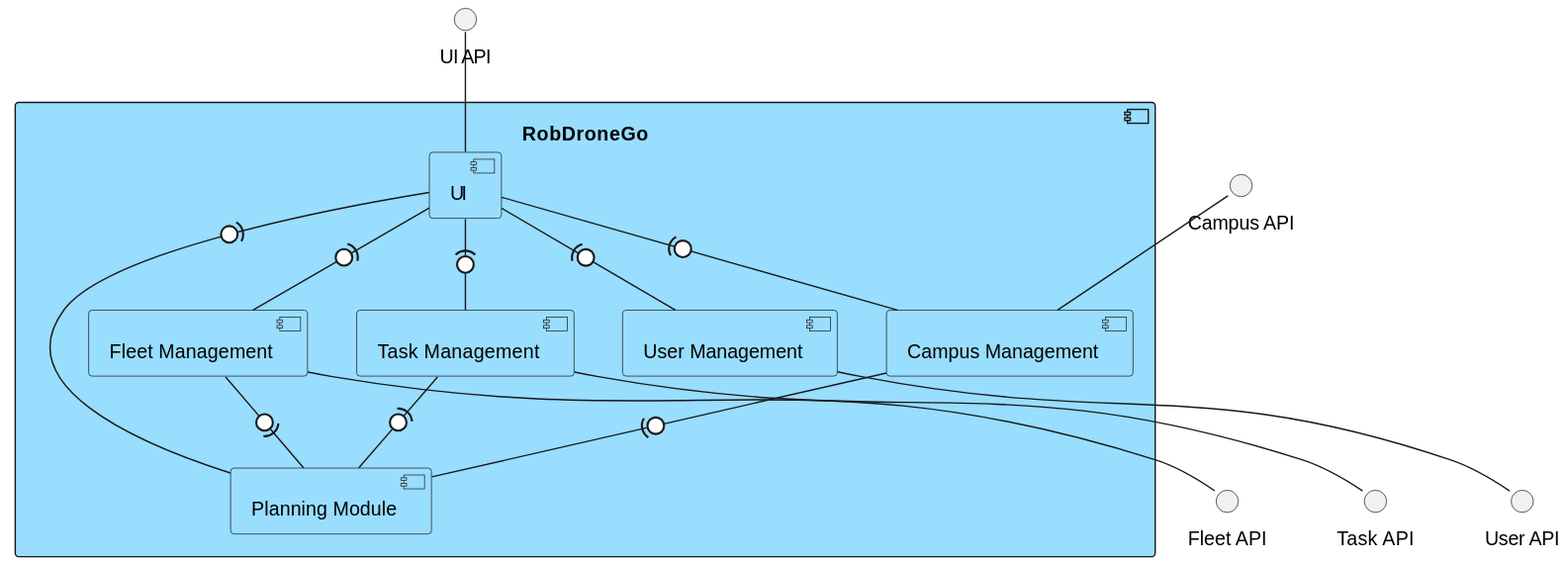
Above: docs/Sprint_C_diagrams/Logical_View_Lv2.svg in winqus/RobDroneGo (PlantUML), before the change. The source it was exported from:
```plantuml
@startuml Logical_View_Lv2

<style>
component {
    BackgroundColor #99ddff
}
</style>

interface "Campus API" as campus_API
interface "Fleet API" as fleet_API
interface "Task API" as task_API
interface "User API" as user_API
interface "UI API" as UI_API

component RobDroneGo {
    component "Campus Management" as campus
    component "Fleet Management" as fleet
    component "Task Management" as task
    component "Planning Module" as planning


    campus -0)- planning
    fleet -0)- planning
    task -(0- planning

    component "User Management" as user
    component UI

    UI -(0- campus
    UI -(0- fleet
    UI -(0- task
    UI -(0- planning
    UI -(0- user

}
fleet -down- fleet_API
campus -up- campus_API
task -down- task_API
user -down- user_API
UI -up- UI_API

@enduml
```
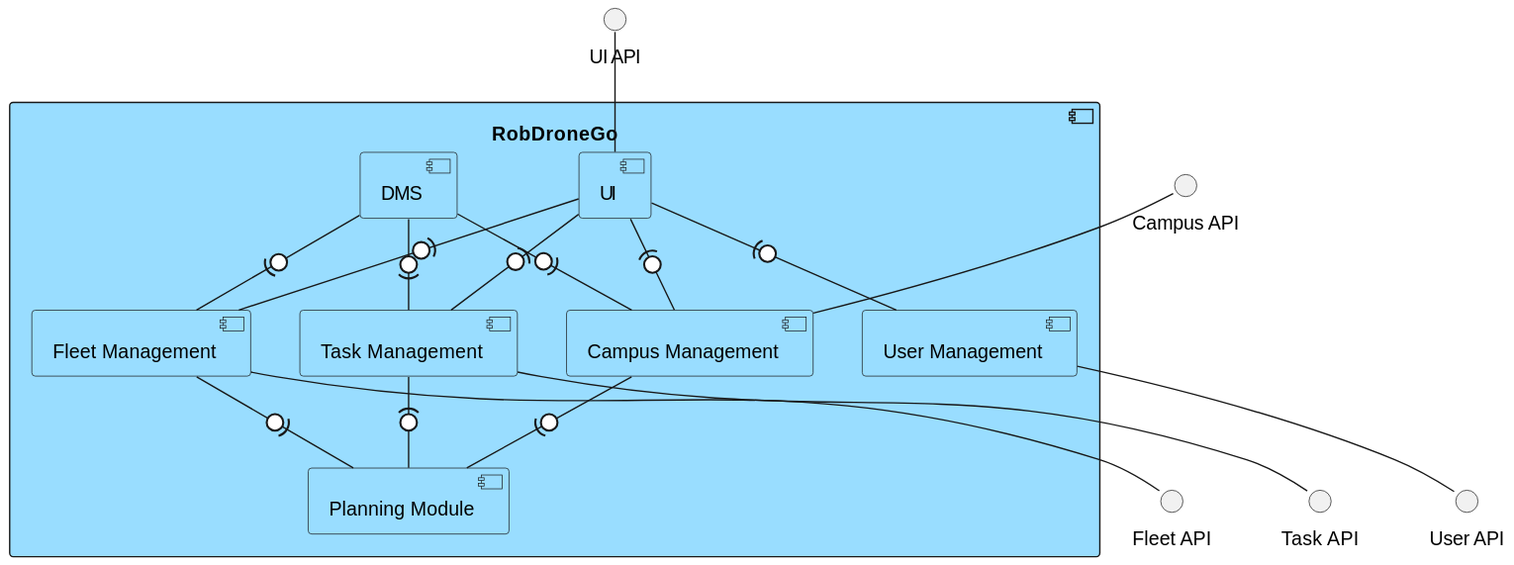
After the commit.

The edit, as a diff of the source:
```diff
@@ -29,9 +29,12 @@
     UI -(0- campus
     UI -(0- fleet
     UI -(0- task
-    UI -(0- planning
     UI -(0- user
 
+    component "DMS" as dms
+    dms -0)- fleet
+    dms -0)- task
+    dms -0)- campus
 }
 fleet -down- fleet_API
 campus -up- campus_API
```
